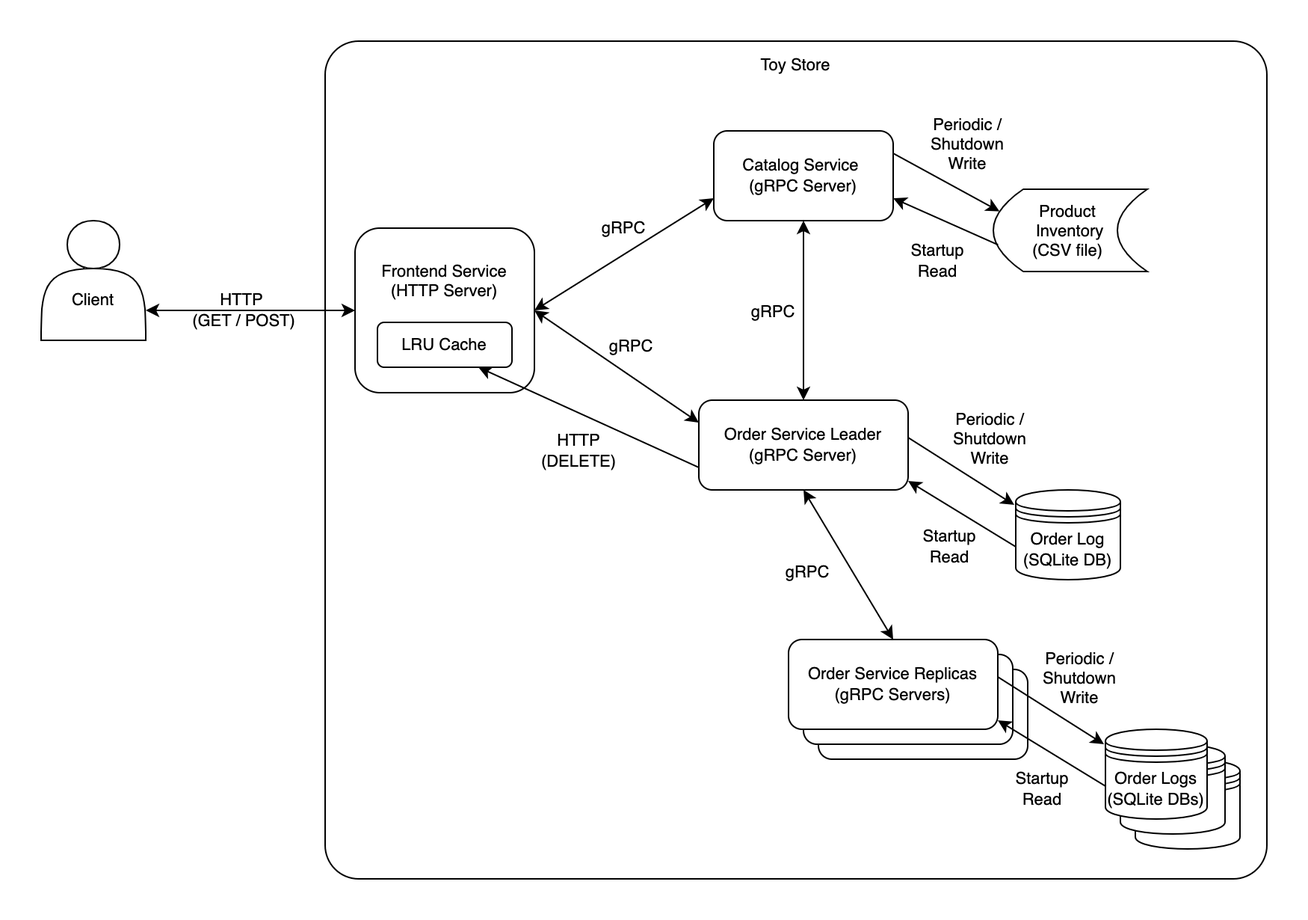
Above: docs/overview.png in noahdixon/toystore (draw.io), before the change. Source tidied: cells renumbered, new cells last; positions are measured from the earlier drawing's top-left corner, leaving out a move shared by most shapes.
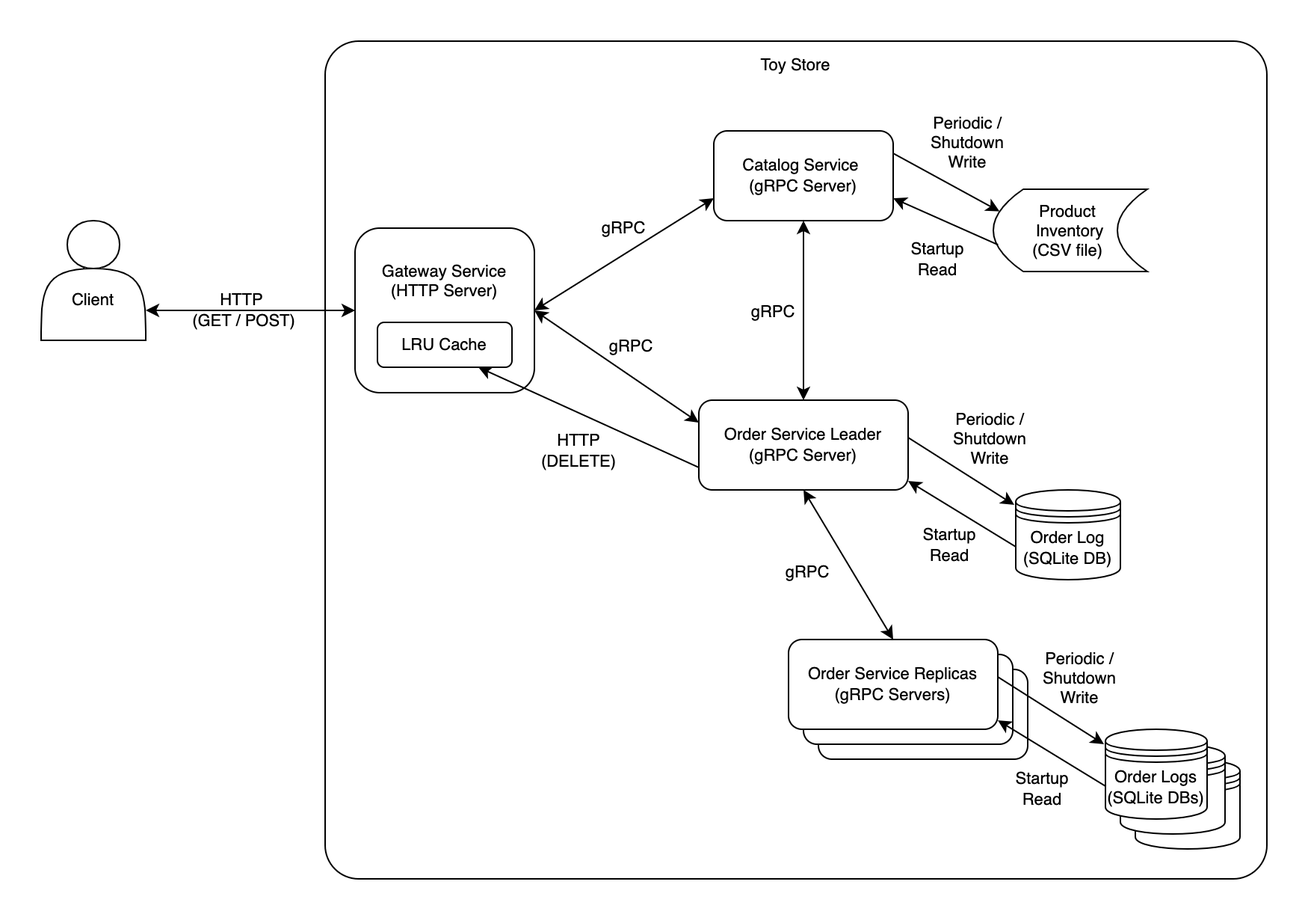
After the change.

Diff of the diagram source:
```diff
@@ -20,7 +20,7 @@
     <mxCell id="7" value="&lt;font style=&quot;font-size: 11px;&quot;&gt;Order Log (SQLite DB)&lt;/font&gt;" style="shape=datastore;whiteSpace=wrap;html=1;fontSize=11;" parent="1" vertex="1">
       <mxGeometry x="652" y="300" width="70" height="60" as="geometry" />
     </mxCell>
-    <mxCell id="8" value="Frontend Service&lt;div style=&quot;font-size: 11px;&quot;&gt;(HTTP Server)&lt;/div&gt;&lt;div style=&quot;font-size: 11px;&quot;&gt;&lt;br style=&quot;font-size: 11px;&quot;&gt;&lt;div style=&quot;font-size: 11px;&quot;&gt;&lt;br style=&quot;font-size: 11px;&quot;&gt;&lt;/div&gt;&lt;div style=&quot;font-size: 11px;&quot;&gt;&lt;br style=&quot;font-size: 11px;&quot;&gt;&lt;/div&gt;&lt;/div&gt;" style="rounded=1;whiteSpace=wrap;html=1;align=center;fontSize=11;" parent="1" vertex="1">
+    <mxCell id="8" value="Gateway Service&lt;div style=&quot;font-size: 11px;&quot;&gt;(HTTP Server)&lt;/div&gt;&lt;div style=&quot;font-size: 11px;&quot;&gt;&lt;br style=&quot;font-size: 11px;&quot;&gt;&lt;div style=&quot;font-size: 11px;&quot;&gt;&lt;br style=&quot;font-size: 11px;&quot;&gt;&lt;/div&gt;&lt;div style=&quot;font-size: 11px;&quot;&gt;&lt;br style=&quot;font-size: 11px;&quot;&gt;&lt;/div&gt;&lt;/div&gt;" style="rounded=1;whiteSpace=wrap;html=1;align=center;fontSize=11;" parent="1" vertex="1">
       <mxGeometry x="210" y="125" width="120" height="110" as="geometry" />
     </mxCell>
     <mxCell id="9" value="Order Service Leader&lt;div style=&quot;font-size: 11px;&quot;&gt;(gRPC Server)&lt;br style=&quot;font-size: 11px;&quot;&gt;&lt;/div&gt;" style="rounded=1;whiteSpace=wrap;html=1;fontSize=11;" parent="1" vertex="1">
```
